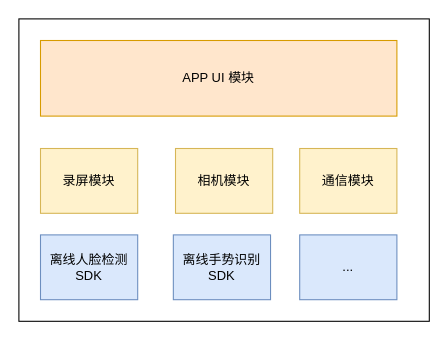
The draw.io diagram page "第 1 页" (1 of 2) of T2093.drawio in liuao2010/drawio, before the edit. Source tidied: cells renumbered, new cells numbered last; positions are measured from the earlier drawing's top-left corner, leaving out a move shared by most shapes. Both pictures are drawn from the tidied source at 108%, with x=0, y=0 at pixel (18, 18).
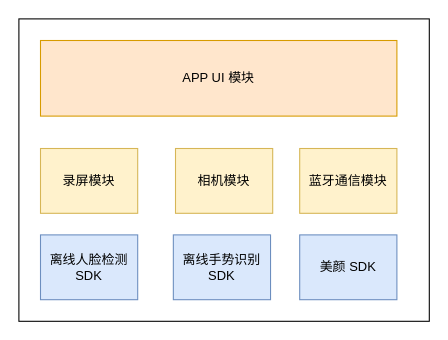
The same page after the edit.

Diff of the diagram source:
```diff
@@
 <mxGraphModel>
   <root>
     <mxCell id="0" />
     <mxCell id="1" parent="0" />
     <mxCell id="2" style="rounded=0;whiteSpace=wrap;html=1;" parent="1" vertex="1">
       <mxGeometry width="380" height="280" as="geometry" />
     </mxCell>
     <mxCell id="3" value="录屏模块" style="rounded=0;whiteSpace=wrap;html=1;fillColor=#fff2cc;strokeColor=#d6b656;" parent="1" vertex="1">
       <mxGeometry x="20" y="120" width="90" height="60" as="geometry" />
     </mxCell>
     <mxCell id="4" value="相机模块" style="rounded=0;whiteSpace=wrap;html=1;fillColor=#fff2cc;strokeColor=#d6b656;" parent="1" vertex="1">
       <mxGeometry x="145" y="120" width="90" height="60" as="geometry" />
     </mxCell>
-    <mxCell id="5" value="通信模块" style="rounded=0;whiteSpace=wrap;html=1;fillColor=#fff2cc;strokeColor=#d6b656;" parent="1" vertex="1">
+    <mxCell id="5" value="蓝牙通信模块" style="rounded=0;whiteSpace=wrap;html=1;fillColor=#fff2cc;strokeColor=#d6b656;" parent="1" vertex="1">
       <mxGeometry x="260" y="120" width="90" height="60" as="geometry" />
     </mxCell>
     <mxCell id="6" value="离线人脸检测 SDK" style="rounded=0;whiteSpace=wrap;html=1;fillColor=#dae8fc;strokeColor=#6c8ebf;" parent="1" vertex="1">
       <mxGeometry x="20" y="200" width="90" height="60" as="geometry" />
     </mxCell>
     <mxCell id="7" value="离线手势识别 SDK" style="rounded=0;whiteSpace=wrap;html=1;fillColor=#dae8fc;strokeColor=#6c8ebf;" parent="1" vertex="1">
       <mxGeometry x="143" y="200" width="90" height="60" as="geometry" />
     </mxCell>
     <mxCell id="8" value="APP UI 模块" style="rounded=0;whiteSpace=wrap;html=1;fillColor=#ffe6cc;strokeColor=#d79b00;" parent="1" vertex="1">
       <mxGeometry x="20" y="20" width="330" height="70" as="geometry" />
     </mxCell>
-    <mxCell id="9" value="..." style="rounded=0;whiteSpace=wrap;html=1;fillColor=#dae8fc;strokeColor=#6c8ebf;" parent="1" vertex="1">
+    <mxCell id="9" value="美颜 SDK" style="rounded=0;whiteSpace=wrap;html=1;fillColor=#dae8fc;strokeColor=#6c8ebf;" parent="1" vertex="1">
       <mxGeometry x="260" y="200" width="90" height="60" as="geometry" />
     </mxCell>
   </root>
 </mxGraphModel>
```
